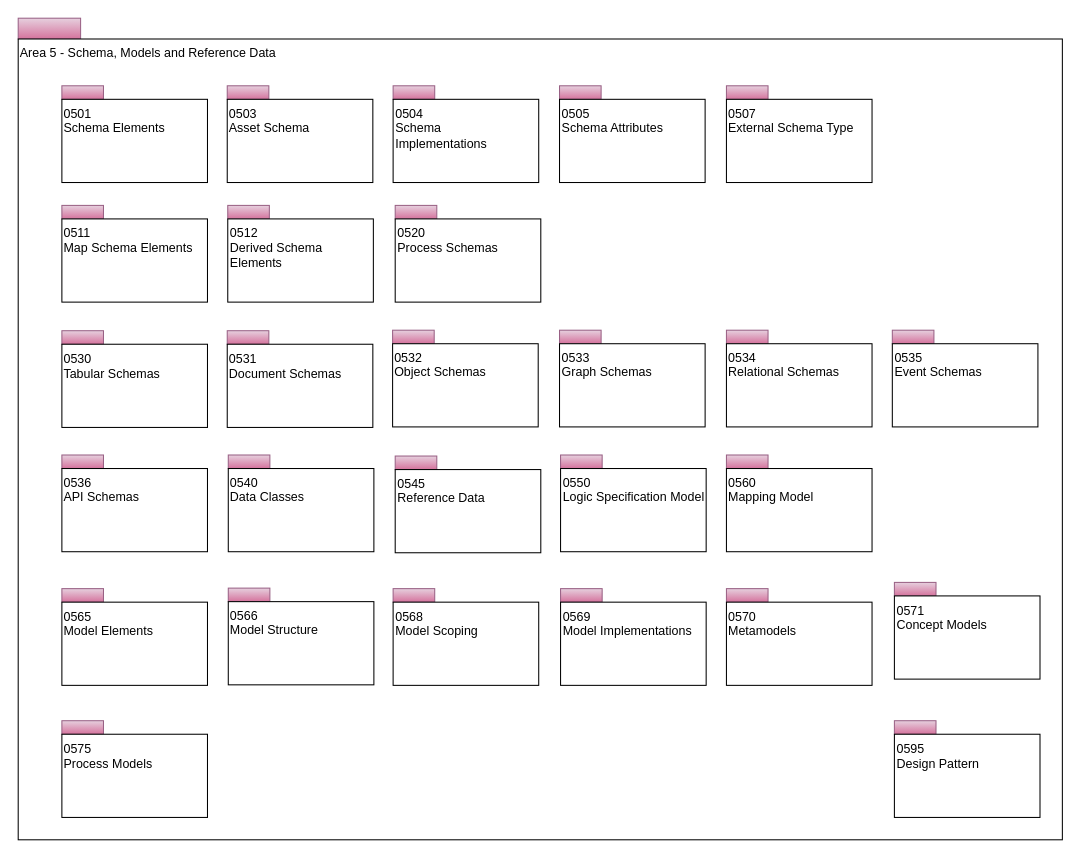
Before: page "overview" (1 of 26) of open-metadata-publication/website/open-metadata-types/area-5-models-and-schema.drawio in odpi/egeria, a draw.io diagram. Source tidied: cells renumbered, new cells numbered last; positions are measured from the earlier drawing's top-left corner, leaving out a move shared by most shapes. Both pictures are drawn from the tidied source at 104%, with x=0, y=0 at pixel (18, 18).
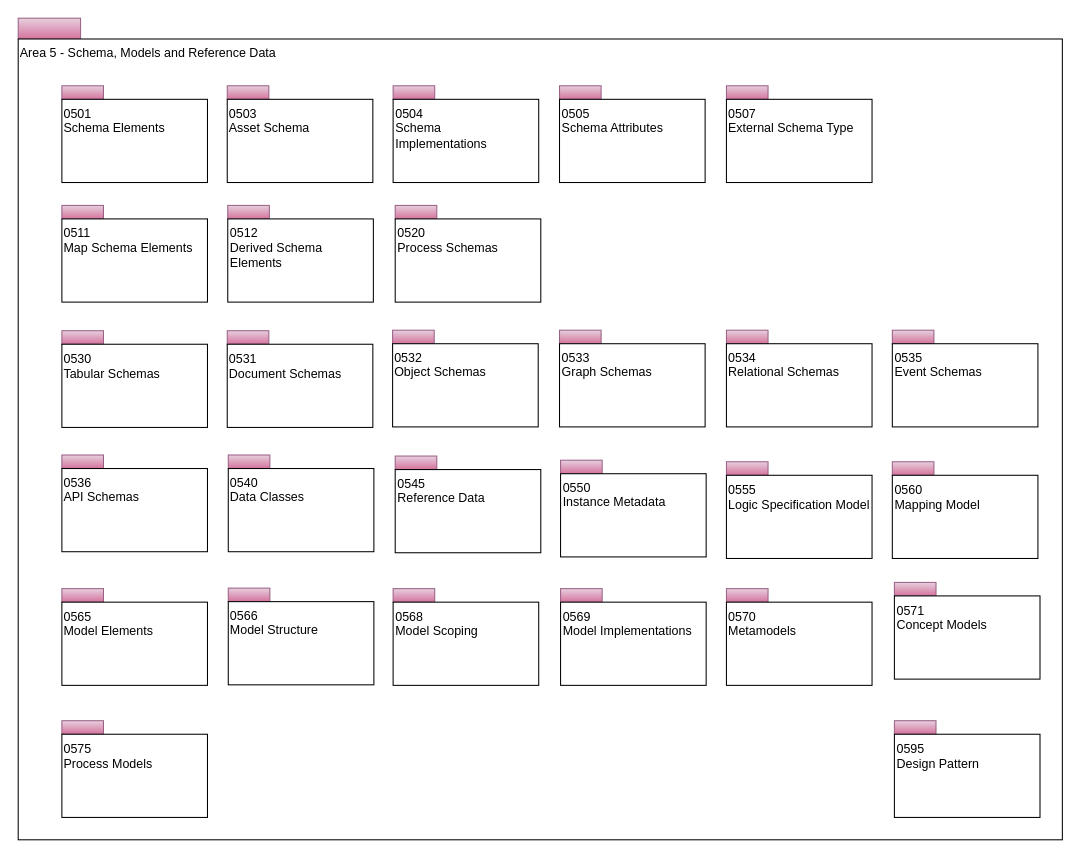
The same diagram, later.

The edit, as a diff of the source:
```diff
@@
     <mxCell id="24" style="rounded=0;whiteSpace=wrap;html=1;align=left;fillColor=#e6d0de;strokeColor=#996185;gradientColor=#d5739d;" parent="1" vertex="1">
-      <mxGeometry x="521.5" y="420" width="40" height="13" as="geometry" />
+      <mxGeometry x="681" y="426.5" width="40" height="13" as="geometry" />
     </mxCell>
-    <mxCell id="25" value="0550&lt;br&gt;Logic Specification Model&lt;br&gt;" style="rounded=0;whiteSpace=wrap;html=1;align=left;verticalAlign=top;" parent="1" vertex="1">
-      <mxGeometry x="521.5" y="433" width="140" height="80" as="geometry" />
+    <mxCell id="25" value="0555&lt;br&gt;Logic Specification Model" style="rounded=0;whiteSpace=wrap;html=1;align=left;verticalAlign=top;" parent="1" vertex="1">
+      <mxGeometry x="681" y="439.5" width="140" height="80" as="geometry" />
     </mxCell>
     <mxCell id="26" style="rounded=0;whiteSpace=wrap;html=1;align=left;fillColor=#e6d0de;strokeColor=#996185;gradientColor=#d5739d;" parent="1" vertex="1">
-      <mxGeometry x="681" y="420" width="40" height="13" as="geometry" />
+      <mxGeometry x="840.5" y="426.5" width="40" height="13" as="geometry" />
     </mxCell>
     <mxCell id="27" value="0560&lt;br&gt;Mapping Model&lt;br&gt;" style="rounded=0;whiteSpace=wrap;html=1;align=left;verticalAlign=top;" parent="1" vertex="1">
-      <mxGeometry x="681" y="433" width="140" height="80" as="geometry" />
+      <mxGeometry x="840.5" y="439.5" width="140" height="80" as="geometry" />
     </mxCell>
@@
+    <mxCell id="58" style="rounded=0;whiteSpace=wrap;html=1;align=left;fillColor=#e6d0de;strokeColor=#996185;gradientColor=#d5739d;" parent="1" vertex="1">
+      <mxGeometry x="521.5" y="425" width="40" height="13" as="geometry" />
+    </mxCell>
+    <mxCell id="59" value="0550&lt;br&gt;Instance Metadata" style="rounded=0;whiteSpace=wrap;html=1;align=left;verticalAlign=top;" parent="1" vertex="1">
+      <mxGeometry x="521.5" y="438" width="140" height="80" as="geometry" />
+    </mxCell>
```
